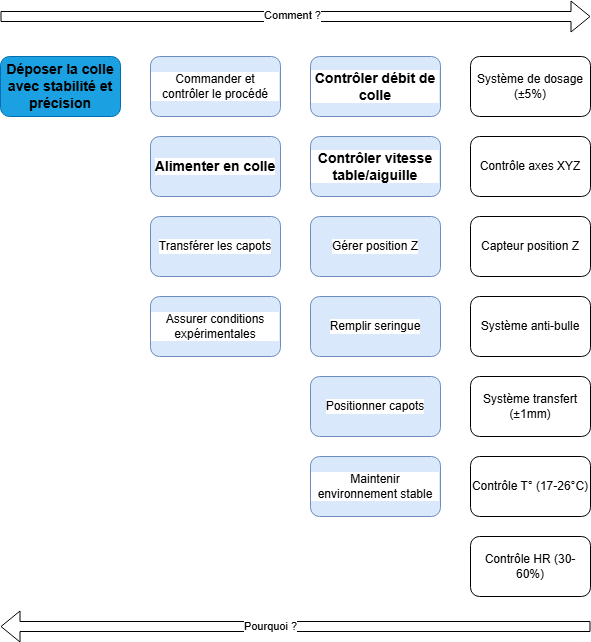
The draw.io diagram PDCA4/Diagramme_FAST.drawio.png in CharifMah/Systemes_automatises, before a commit. Source tidied: cells renumbered, new cells last; positions are measured from the earlier drawing's top-left corner, leaving out a move shared by most shapes.
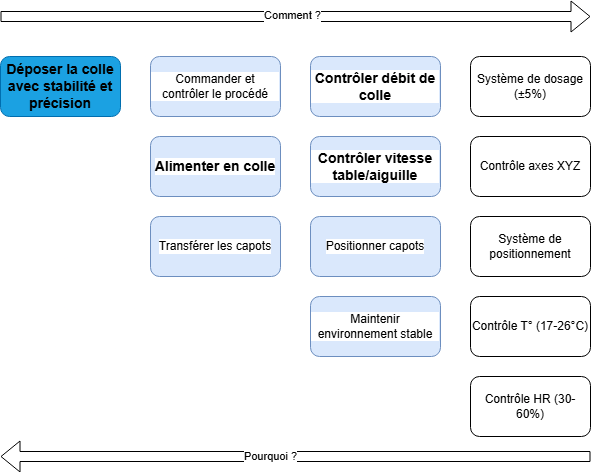
Above is the later version.

Diff of the diagram source:
```diff
@@ -17,23 +17,14 @@
     <mxCell id="6" value="&lt;span style=&quot;font-family: Arial, sans-serif; font-size: 14px; font-weight: 700;&quot;&gt;Contrôler vitesse table/aiguille&lt;/span&gt;" style="rounded=1;whiteSpace=wrap;html=1;labelBackgroundColor=default;labelBorderColor=none;textShadow=0;fillColor=#dae8fc;strokeColor=#6c8ebf;" parent="1" vertex="1">
       <mxGeometry x="310" y="120" width="130" height="60" as="geometry" />
     </mxCell>
-    <mxCell id="7" value="Gérer position Z" style="rounded=1;whiteSpace=wrap;html=1;labelBackgroundColor=default;labelBorderColor=none;textShadow=0;fillColor=#dae8fc;strokeColor=#6c8ebf;" parent="1" vertex="1">
-      <mxGeometry x="310" y="200" width="130" height="60" as="geometry" />
-    </mxCell>
-    <mxCell id="8" value="Remplir seringue" style="rounded=1;whiteSpace=wrap;html=1;labelBackgroundColor=default;labelBorderColor=none;textShadow=0;fillColor=#dae8fc;strokeColor=#6c8ebf;" parent="1" vertex="1">
-      <mxGeometry x="310" y="280" width="130" height="60" as="geometry" />
-    </mxCell>
     <mxCell id="9" value="Commander et contrôler le procédé" style="rounded=1;whiteSpace=wrap;html=1;labelBackgroundColor=default;labelBorderColor=none;textShadow=0;fillColor=#dae8fc;strokeColor=#6c8ebf;" parent="1" vertex="1">
       <mxGeometry x="150" y="40" width="130" height="60" as="geometry" />
     </mxCell>
-    <mxCell id="10" value="&lt;div&gt;Assurer conditions expérimentales&lt;/div&gt;" style="rounded=1;whiteSpace=wrap;html=1;labelBackgroundColor=default;labelBorderColor=none;textShadow=0;fillColor=#dae8fc;strokeColor=#6c8ebf;" parent="1" vertex="1">
-      <mxGeometry x="150" y="280" width="130" height="60" as="geometry" />
-    </mxCell>
     <mxCell id="11" value="Positionner capots" style="rounded=1;whiteSpace=wrap;html=1;labelBackgroundColor=default;labelBorderColor=none;textShadow=0;fillColor=#dae8fc;strokeColor=#6c8ebf;" parent="1" vertex="1">
-      <mxGeometry x="310" y="360" width="130" height="60" as="geometry" />
+      <mxGeometry x="310" y="200" width="130" height="60" as="geometry" />
     </mxCell>
     <mxCell id="12" value="Maintenir environnement stable" style="rounded=1;whiteSpace=wrap;html=1;labelBackgroundColor=default;labelBorderColor=none;textShadow=0;fillColor=#dae8fc;strokeColor=#6c8ebf;" parent="1" vertex="1">
-      <mxGeometry x="310" y="440" width="130" height="60" as="geometry" />
+      <mxGeometry x="310" y="280" width="130" height="60" as="geometry" />
     </mxCell>
     <mxCell id="13" value="Système de dosage (±5%)" style="rounded=1;whiteSpace=wrap;html=1;" parent="1" vertex="1">
       <mxGeometry x="470" y="40" width="120" height="60" as="geometry" />
@@ -41,25 +32,19 @@
     <mxCell id="14" value="Contrôle axes XYZ" style="rounded=1;whiteSpace=wrap;html=1;" parent="1" vertex="1">
       <mxGeometry x="470" y="120" width="120" height="60" as="geometry" />
     </mxCell>
-    <mxCell id="15" value="Capteur position Z" style="rounded=1;whiteSpace=wrap;html=1;" parent="1" vertex="1">
-      <mxGeometry x="470" y="200" width="120" height="60" as="geometry" />
-    </mxCell>
-    <mxCell id="16" value="Système anti-bulle" style="rounded=1;whiteSpace=wrap;html=1;" parent="1" vertex="1">
-      <mxGeometry x="470" y="280" width="120" height="60" as="geometry" />
-    </mxCell>
-    <mxCell id="17" value="Système transfert (±1mm)" style="rounded=1;whiteSpace=wrap;html=1;" parent="1" vertex="1">
-      <mxGeometry x="470" y="360" width="120" height="60" as="geometry" />
+    <mxCell id="17" value="Système de positionnement" style="rounded=1;whiteSpace=wrap;html=1;" parent="1" vertex="1">
+      <mxGeometry x="470" y="200" width="120" height="60" as="geometry" />
     </mxCell>
     <mxCell id="18" value="Contrôle T° (17-26°C)" style="rounded=1;whiteSpace=wrap;html=1;" parent="1" vertex="1">
-      <mxGeometry x="470" y="440" width="120" height="60" as="geometry" />
+      <mxGeometry x="470" y="280" width="120" height="60" as="geometry" />
     </mxCell>
     <mxCell id="19" value="Contrôle HR (30-60%)" style="rounded=1;whiteSpace=wrap;html=1;" parent="1" vertex="1">
-      <mxGeometry x="470" y="520" width="120" height="60" as="geometry" />
+      <mxGeometry x="470" y="360" width="120" height="60" as="geometry" />
     </mxCell>
     <mxCell id="20" style="shape=flexArrow;endArrow=classic;html=1;rounded=0;" parent="1" edge="1">
       <mxGeometry relative="1" as="geometry">
-        <mxPoint x="590" y="610" as="sourcePoint" />
-        <mxPoint y="610" as="targetPoint" />
+        <mxPoint x="590" y="440" as="sourcePoint" />
+        <mxPoint y="440" as="targetPoint" />
       </mxGeometry>
     </mxCell>
     <mxCell id="21" value="Pourquoi ?" style="edgeLabel;html=1;align=center;verticalAlign=middle;" parent="20" vertex="1">
```
